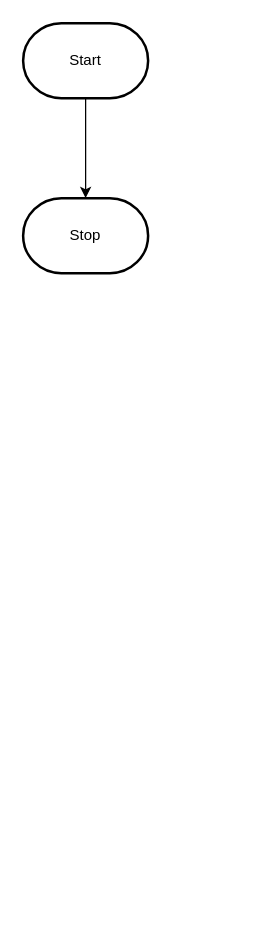
MTHS-TEJ2O-1-2023/TEJ2O-Unit-5-05-ihor-chernyshev keeps this draw.io diagram as design/flowchart.drawio. Above is the earlier version. Source tidied: cells renumbered, new cells numbered last; positions are measured from the earlier drawing's top-left corner, leaving out a move shared by most shapes. Both pictures are drawn from the tidied source at 125%, with x=0, y=0 at pixel (22, 22).
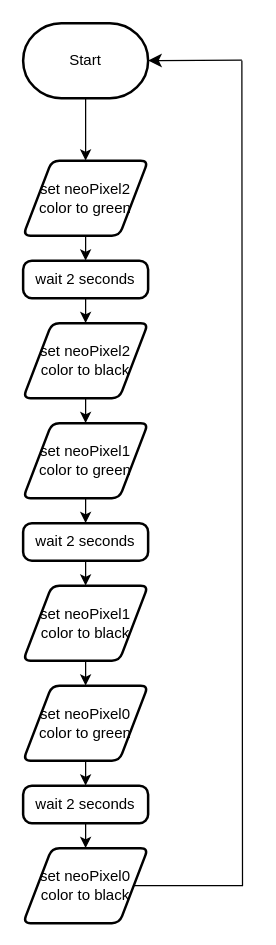
Above is the later version.

Unchanged cells that the change refers to:
```xml
<mxCell id="3" value="Start" style="strokeWidth=2;html=1;shape=mxgraph.flowchart.terminator;whiteSpace=wrap;" parent="1" vertex="1">
  <mxGeometry width="100" height="60" as="geometry" />
</mxCell>
```

Diff of the diagram source:
```diff
@@
-    <mxCell id="2" style="edgeStyle=orthogonalEdgeStyle;html=1;rounded=0;" parent="1" edge="1" source="3" target="4">
-      <mxGeometry relative="1" as="geometry" />
-    </mxCell>
+    <mxCell id="5" style="edgeStyle=none;html=1;exitX=0.5;exitY=1;exitDx=0;exitDy=0;exitPerimeter=0;entryX=0.5;entryY=0;entryDx=0;entryDy=0;" parent="1" edge="1" source="3">
+      <mxGeometry relative="1" as="geometry">
+        <mxPoint x="50" y="110" as="targetPoint" />
+      </mxGeometry>
+    </mxCell>
@@
-    <mxCell id="4" value="Stop" style="strokeWidth=2;html=1;shape=mxgraph.flowchart.terminator;whiteSpace=wrap;" parent="1" vertex="1">
-      <mxGeometry y="140" width="100" height="60" as="geometry" />
-    </mxCell>
+    <mxCell id="6" style="edgeStyle=none;html=1;exitX=0.5;exitY=1;exitDx=0;exitDy=0;entryX=0.5;entryY=0;entryDx=0;entryDy=0;" parent="1" edge="1" source="7" target="9">
+      <mxGeometry relative="1" as="geometry" />
+    </mxCell>
+    <mxCell id="7" value="wait 2 seconds" style="rounded=1;whiteSpace=wrap;html=1;absoluteArcSize=1;arcSize=14;strokeWidth=2;" parent="1" vertex="1">
+      <mxGeometry y="190" width="100" height="30" as="geometry" />
+    </mxCell>
+    <mxCell id="8" style="edgeStyle=none;html=1;exitX=0.5;exitY=1;exitDx=0;exitDy=0;" parent="1" edge="1" source="9">
+      <mxGeometry relative="1" as="geometry">
+        <mxPoint x="50" y="320" as="targetPoint" />
+      </mxGeometry>
+    </mxCell>
+    <mxCell id="9" value="set neoPixel2 color to black" style="shape=parallelogram;html=1;strokeWidth=2;perimeter=parallelogramPerimeter;whiteSpace=wrap;rounded=1;arcSize=12;size=0.23;" parent="1" vertex="1">
+      <mxGeometry y="240" width="100" height="60" as="geometry" />
+    </mxCell>
+    <mxCell id="10" style="edgeStyle=none;html=1;exitX=0.5;exitY=1;exitDx=0;exitDy=0;entryX=0.5;entryY=0;entryDx=0;entryDy=0;" parent="1" edge="1" source="11" target="7">
+      <mxGeometry relative="1" as="geometry" />
+    </mxCell>
+    <mxCell id="11" value="set neoPixel2 color to green" style="shape=parallelogram;html=1;strokeWidth=2;perimeter=parallelogramPerimeter;whiteSpace=wrap;rounded=1;arcSize=12;size=0.23;" parent="1" vertex="1">
+      <mxGeometry y="110" width="100" height="60" as="geometry" />
+    </mxCell>
+    <mxCell id="12" style="edgeStyle=none;html=1;exitX=0.5;exitY=1;exitDx=0;exitDy=0;entryX=0.5;entryY=0;entryDx=0;entryDy=0;" parent="1" edge="1" source="13" target="15">
+      <mxGeometry relative="1" as="geometry" />
+    </mxCell>
+    <mxCell id="13" value="wait 2 seconds" style="rounded=1;whiteSpace=wrap;html=1;absoluteArcSize=1;arcSize=14;strokeWidth=2;" parent="1" vertex="1">
+      <mxGeometry y="400" width="100" height="30" as="geometry" />
+    </mxCell>
+    <mxCell id="14" style="edgeStyle=none;html=1;exitX=0.5;exitY=1;exitDx=0;exitDy=0;entryX=0.5;entryY=0;entryDx=0;entryDy=0;" parent="1" edge="1" source="15" target="23">
+      <mxGeometry relative="1" as="geometry" />
+    </mxCell>
+    <mxCell id="15" value="set neoPixel1 color to black" style="shape=parallelogram;html=1;strokeWidth=2;perimeter=parallelogramPerimeter;whiteSpace=wrap;rounded=1;arcSize=12;size=0.23;" parent="1" vertex="1">
+      <mxGeometry y="450" width="100" height="60" as="geometry" />
+    </mxCell>
+    <mxCell id="16" style="edgeStyle=none;html=1;exitX=0.5;exitY=1;exitDx=0;exitDy=0;entryX=0.5;entryY=0;entryDx=0;entryDy=0;" parent="1" edge="1" source="17" target="13">
+      <mxGeometry relative="1" as="geometry" />
+    </mxCell>
+    <mxCell id="17" value="set neoPixel1 color to green" style="shape=parallelogram;html=1;strokeWidth=2;perimeter=parallelogramPerimeter;whiteSpace=wrap;rounded=1;arcSize=12;size=0.23;" parent="1" vertex="1">
+      <mxGeometry y="320" width="100" height="60" as="geometry" />
+    </mxCell>
+    <mxCell id="18" style="edgeStyle=none;html=1;exitX=0.5;exitY=1;exitDx=0;exitDy=0;entryX=0.5;entryY=0;entryDx=0;entryDy=0;" parent="1" edge="1" source="19" target="21">
+      <mxGeometry relative="1" as="geometry" />
+    </mxCell>
+    <mxCell id="19" value="wait 2 seconds" style="rounded=1;whiteSpace=wrap;html=1;absoluteArcSize=1;arcSize=14;strokeWidth=2;" parent="1" vertex="1">
+      <mxGeometry y="610" width="100" height="30" as="geometry" />
+    </mxCell>
+    <mxCell id="20" style="edgeStyle=orthogonalEdgeStyle;html=1;exitX=1;exitY=0.5;exitDx=0;exitDy=0;rounded=0;endArrow=none;endFill=0;" parent="1" edge="1" source="21">
+      <mxGeometry relative="1" as="geometry">
+        <mxPoint x="175" y="30" as="targetPoint" />
+      </mxGeometry>
+    </mxCell>
+    <mxCell id="21" value="set neoPixel0 color to black" style="shape=parallelogram;html=1;strokeWidth=2;perimeter=parallelogramPerimeter;whiteSpace=wrap;rounded=1;arcSize=12;size=0.23;" parent="1" vertex="1">
+      <mxGeometry y="660" width="100" height="60" as="geometry" />
+    </mxCell>
+    <mxCell id="22" style="edgeStyle=none;html=1;exitX=0.5;exitY=1;exitDx=0;exitDy=0;entryX=0.5;entryY=0;entryDx=0;entryDy=0;" parent="1" edge="1" source="23" target="19">
+      <mxGeometry relative="1" as="geometry" />
+    </mxCell>
+    <mxCell id="23" value="set neoPixel0 color to green" style="shape=parallelogram;html=1;strokeWidth=2;perimeter=parallelogramPerimeter;whiteSpace=wrap;rounded=1;arcSize=12;size=0.23;" parent="1" vertex="1">
+      <mxGeometry y="530" width="100" height="60" as="geometry" />
+    </mxCell>
+    <mxCell id="24" style="endArrow=classic;html=1;rounded=0;endSize=8;startSize=8;sourcePerimeterSpacing=0;targetPerimeterSpacing=0;entryX=1;entryY=0.5;entryDx=0;entryDy=0;entryPerimeter=0;" parent="1" edge="1" target="3">
+      <mxGeometry relative="1" as="geometry">
+        <mxPoint x="175" y="29.6" as="sourcePoint" />
+      </mxGeometry>
+    </mxCell>
```
